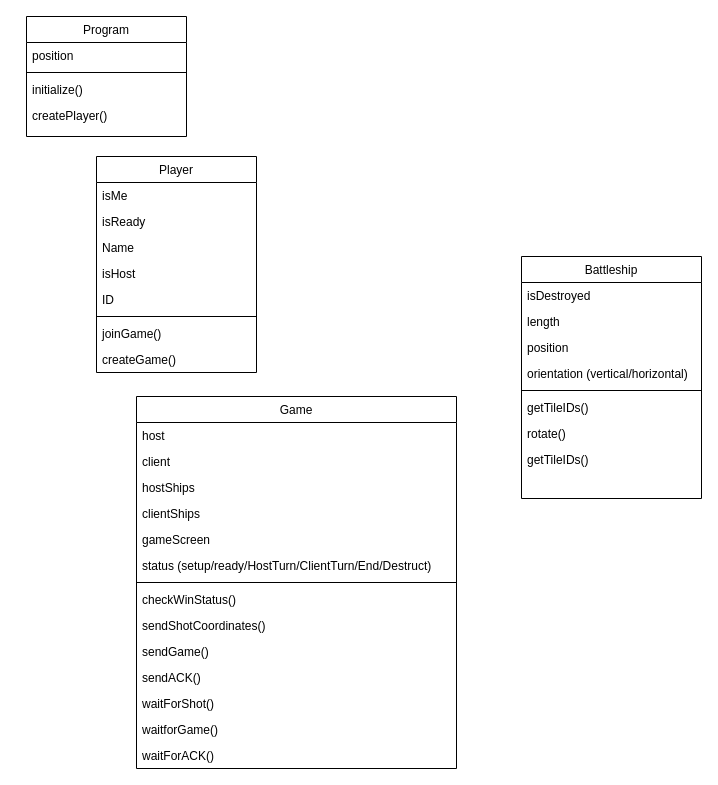
Before: page "Game Class pattern" (2 of 3) of test.drawio in Szaller99/BRSzT-Hazi-Torpedo-Tea-Szaller-Laci, a draw.io diagram. Source tidied: cells renumbered, new cells numbered last; positions are measured from the earlier drawing's top-left corner, leaving out a move shared by most shapes. Both pictures are drawn from the tidied source at 100%, with x=0, y=0 at pixel (26, 16).
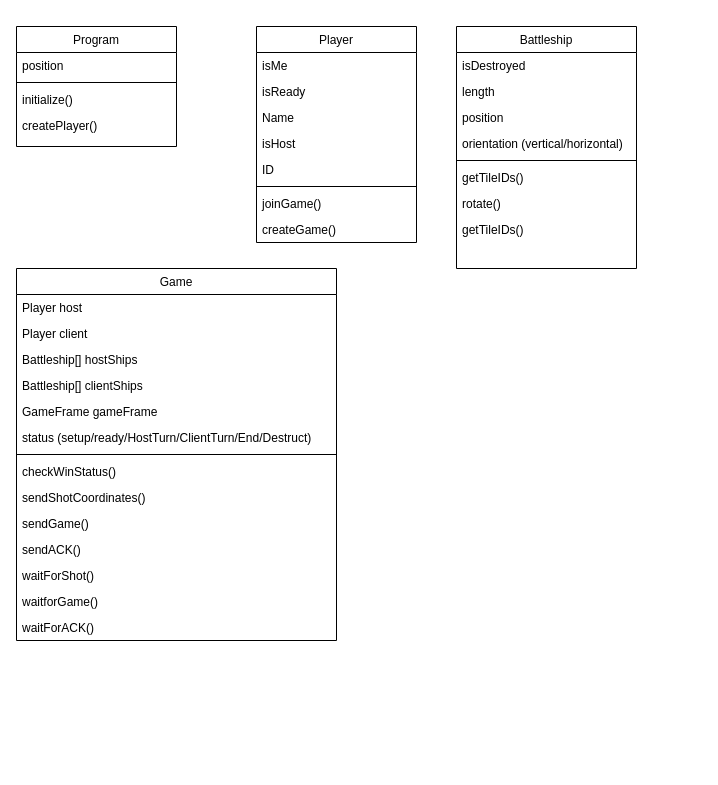
After the change.

Diff of the diagram source:
```diff
@@
     <mxCell id="2" value="Program" style="swimlane;fontStyle=0;align=center;verticalAlign=top;horizontal=1;startSize=26;rounded=0;shadow=0;strokeWidth=1;" parent="1" vertex="1">
-      <mxGeometry width="160" height="120" as="geometry" />
+      <mxGeometry x="-10" y="10" width="160" height="120" as="geometry" />
     </mxCell>
@@
     <mxCell id="7" value="Player" style="swimlane;fontStyle=0;align=center;verticalAlign=top;horizontal=1;startSize=26;rounded=0;shadow=0;strokeWidth=1;" parent="1" vertex="1">
-      <mxGeometry x="70" y="140" width="160" height="216" as="geometry" />
+      <mxGeometry x="230" y="10" width="160" height="216" as="geometry" />
     </mxCell>
@@
     <mxCell id="16" value="Battleship" style="swimlane;fontStyle=0;align=center;verticalAlign=top;horizontal=1;startSize=26;rounded=0;shadow=0;strokeWidth=1;" parent="1" vertex="1">
-      <mxGeometry x="495" y="240" width="180" height="242" as="geometry" />
+      <mxGeometry x="430" y="10" width="180" height="242" as="geometry" />
     </mxCell>
@@
     <mxCell id="25" value="Game" style="swimlane;fontStyle=0;align=center;verticalAlign=top;horizontal=1;startSize=26;rounded=0;shadow=0;strokeWidth=1;" parent="1" vertex="1">
-      <mxGeometry x="110" y="380" width="320" height="372" as="geometry" />
+      <mxGeometry x="-10" y="252" width="320" height="372" as="geometry" />
     </mxCell>
-    <mxCell id="26" value="host" style="text;align=left;verticalAlign=top;spacingLeft=4;spacingRight=4;overflow=hidden;" parent="25" vertex="1">
+    <mxCell id="26" value="Player host" style="text;align=left;verticalAlign=top;spacingLeft=4;spacingRight=4;overflow=hidden;" parent="25" vertex="1">
       <mxGeometry y="26" width="320" height="26" as="geometry" />
     </mxCell>
-    <mxCell id="27" value="client" style="text;align=left;verticalAlign=top;spacingLeft=4;spacingRight=4;overflow=hidden;" parent="25" vertex="1">
+    <mxCell id="27" value="Player client" style="text;align=left;verticalAlign=top;spacingLeft=4;spacingRight=4;overflow=hidden;" parent="25" vertex="1">
       <mxGeometry y="52" width="320" height="26" as="geometry" />
     </mxCell>
-    <mxCell id="28" value="hostShips" style="text;align=left;verticalAlign=top;spacingLeft=4;spacingRight=4;overflow=hidden;" parent="25" vertex="1">
+    <mxCell id="28" value="Battleship[] hostShips" style="text;align=left;verticalAlign=top;spacingLeft=4;spacingRight=4;overflow=hidden;" parent="25" vertex="1">
       <mxGeometry y="78" width="320" height="26" as="geometry" />
     </mxCell>
-    <mxCell id="29" value="clientShips" style="text;align=left;verticalAlign=top;spacingLeft=4;spacingRight=4;overflow=hidden;" parent="25" vertex="1">
+    <mxCell id="29" value="Battleship[] clientShips" style="text;align=left;verticalAlign=top;spacingLeft=4;spacingRight=4;overflow=hidden;" parent="25" vertex="1">
       <mxGeometry y="104" width="320" height="26" as="geometry" />
     </mxCell>
-    <mxCell id="30" value="gameScreen" style="text;align=left;verticalAlign=top;spacingLeft=4;spacingRight=4;overflow=hidden;" parent="25" vertex="1">
+    <mxCell id="30" value="GameFrame gameFrame" style="text;align=left;verticalAlign=top;spacingLeft=4;spacingRight=4;overflow=hidden;" parent="25" vertex="1">
       <mxGeometry y="130" width="320" height="26" as="geometry" />
     </mxCell>
```
